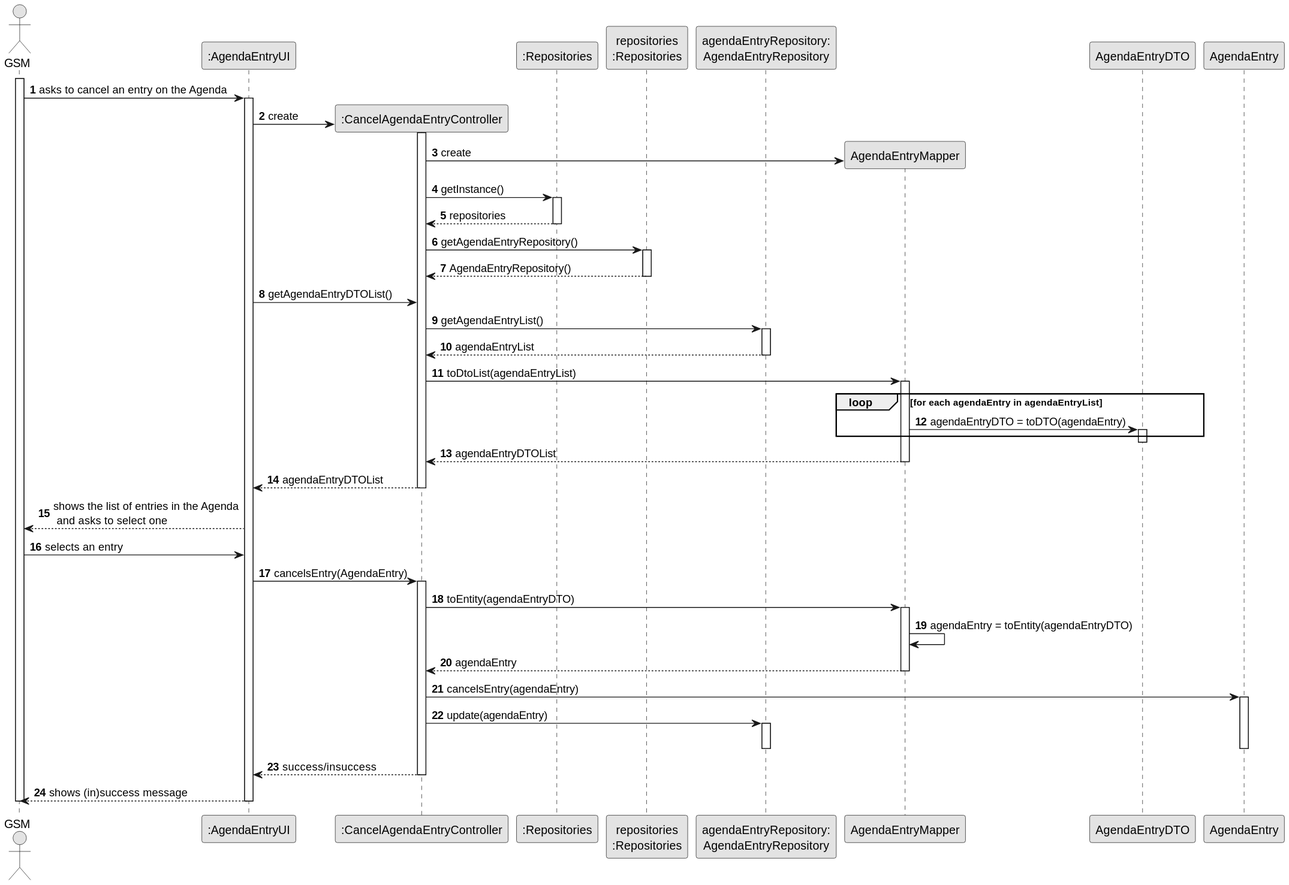
This is docs/sprintC/us025/03.design/svg/us025-sequence-diagram-full.svg from Departamento-de-Engenharia-Informatica/lei-24-s2-1do-g164, a PlantUML export, as it was before one commit. The source it was exported from:
```plantuml
@startuml
skinparam monochrome true
skinparam packageStyle rectangle
skinparam shadowing false

autonumber

actor "GSM" as GSM
participant ":AgendaEntryUI" as UI
participant ":CancelAgendaEntryController" as CTRL
participant ":Repositories" as RepositorySingleton
participant "repositories\n:Repositories" as PLAT
participant "agendaEntryRepository:\nAgendaEntryRepository" as Repo
participant "AgendaEntryMapper"
participant "AgendaEntryDTO"
participant "AgendaEntry"


activate GSM

                GSM -> UI : asks to cancel an entry on the Agenda

                activate UI

                UI -> CTRL** : create
                activate CTRL
                CTRL-> "AgendaEntryMapper"** : create



                CTRL -> RepositorySingleton : getInstance()
                activate RepositorySingleton

                    RepositorySingleton --> CTRL: repositories
                deactivate RepositorySingleton


                CTRL -> PLAT : getAgendaEntryRepository()
                activate PLAT

                    PLAT --> CTRL: AgendaEntryRepository()
                deactivate PLAT

                UI-> CTRL: getAgendaEntryDTOList()


                CTRL -> Repo : getAgendaEntryList()
                activate Repo

                Repo --> CTRL: agendaEntryList
                deactivate Repo




                CTRL -> "AgendaEntryMapper" : toDtoList(agendaEntryList)
                activate "AgendaEntryMapper"


                 loop for each agendaEntry in agendaEntryList

                 "AgendaEntryMapper" -> "AgendaEntryDTO" : agendaEntryDTO = toDTO(agendaEntry)

                  activate "AgendaEntryDTO"
                  end
                deactivate "AgendaEntryDTO"

                "AgendaEntryMapper" --> CTRL : agendaEntryDTOList
                deactivate "AgendaEntryMapper"

                 CTRL --> UI : agendaEntryDTOList
                 deactivate CTRL

                  UI --> GSM : shows the list of entries in the Agenda\n and asks to select one


                 GSM-> UI: selects an entry

                 UI-> CTRL: cancelsEntry(AgendaEntry)
                activate CTRL
                CTRL-> "AgendaEntryMapper":toEntity(agendaEntryDTO)
                activate "AgendaEntryMapper"
                 "AgendaEntryMapper" -> "AgendaEntryMapper" : agendaEntry = toEntity(agendaEntryDTO)



                "AgendaEntryMapper"-->CTRL: agendaEntry
                deactivate "AgendaEntryMapper"

                CTRL-> "AgendaEntry": cancelsEntry(agendaEntry)
                activate "AgendaEntry"

                CTRL-> Repo: update(agendaEntry)
                activate Repo
                deactivate "AgendaEntry"
              deactivate Repo

                CTRL --> UI : success/insuccess
                deactivate CTRL
               UI --> GSM : shows (in)success message
               deactivate UI


deactivate GSM
@enduml
```
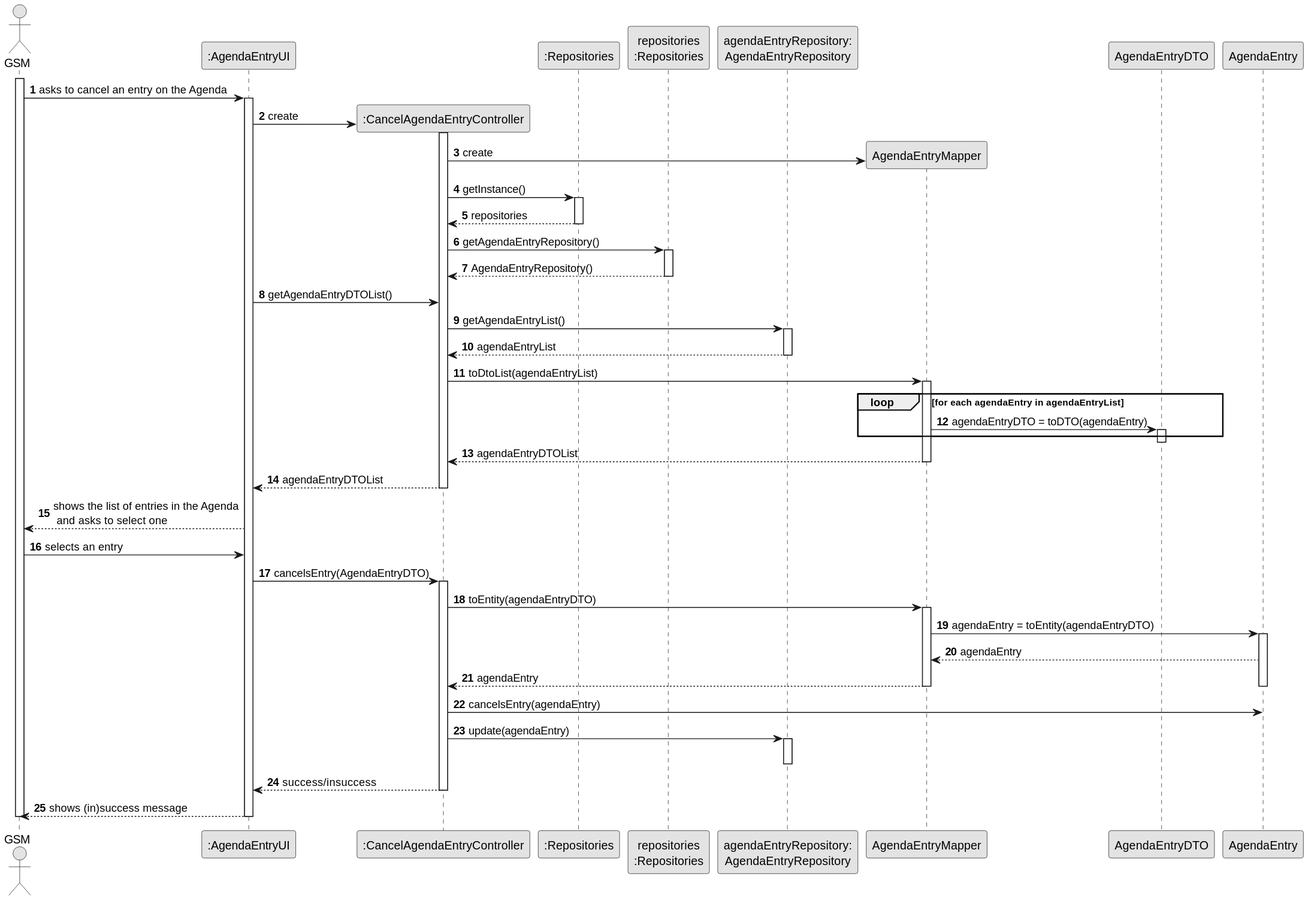
Later version of the same file.

What changed in the source:
```diff
@@ -76,19 +76,23 @@
 
                  GSM-> UI: selects an entry
 
-                 UI-> CTRL: cancelsEntry(AgendaEntry)
+                 UI-> CTRL: cancelsEntry(AgendaEntryDTO)
                 activate CTRL
                 CTRL-> "AgendaEntryMapper":toEntity(agendaEntryDTO)
                 activate "AgendaEntryMapper"
-                 "AgendaEntryMapper" -> "AgendaEntryMapper" : agendaEntry = toEntity(agendaEntryDTO)
+                 "AgendaEntryMapper" -> "AgendaEntry": agendaEntry = toEntity(agendaEntryDTO)
+                 activate "AgendaEntry"
+                 AgendaEntry-->"AgendaEntryMapper": agendaEntry
+
 
 
 
                 "AgendaEntryMapper"-->CTRL: agendaEntry
+                deactivate "AgendaEntry"
                 deactivate "AgendaEntryMapper"
 
                 CTRL-> "AgendaEntry": cancelsEntry(agendaEntry)
-                activate "AgendaEntry"
+
 
                 CTRL-> Repo: update(agendaEntry)
                 activate Repo
```
